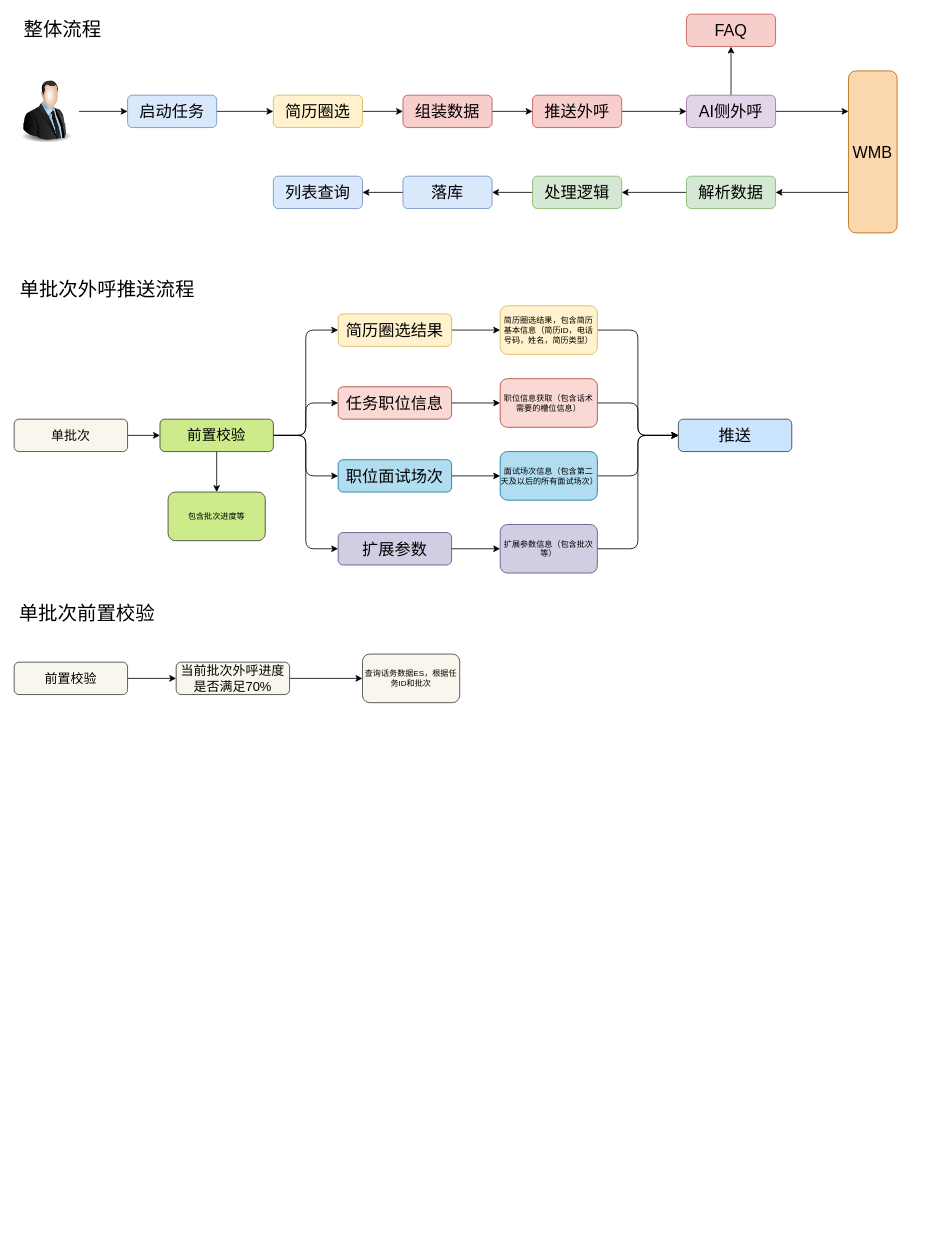
Earlier version of the draw.io diagram AI智能外呼.drawio (LuOyEbY/draw-b). Source tidied: cells renumbered, new cells numbered last; positions are measured from the earlier drawing's top-left corner, leaving out a move shared by most shapes. Both pictures are drawn from the tidied source at 81%, with x=0, y=0 at pixel (14, 14).
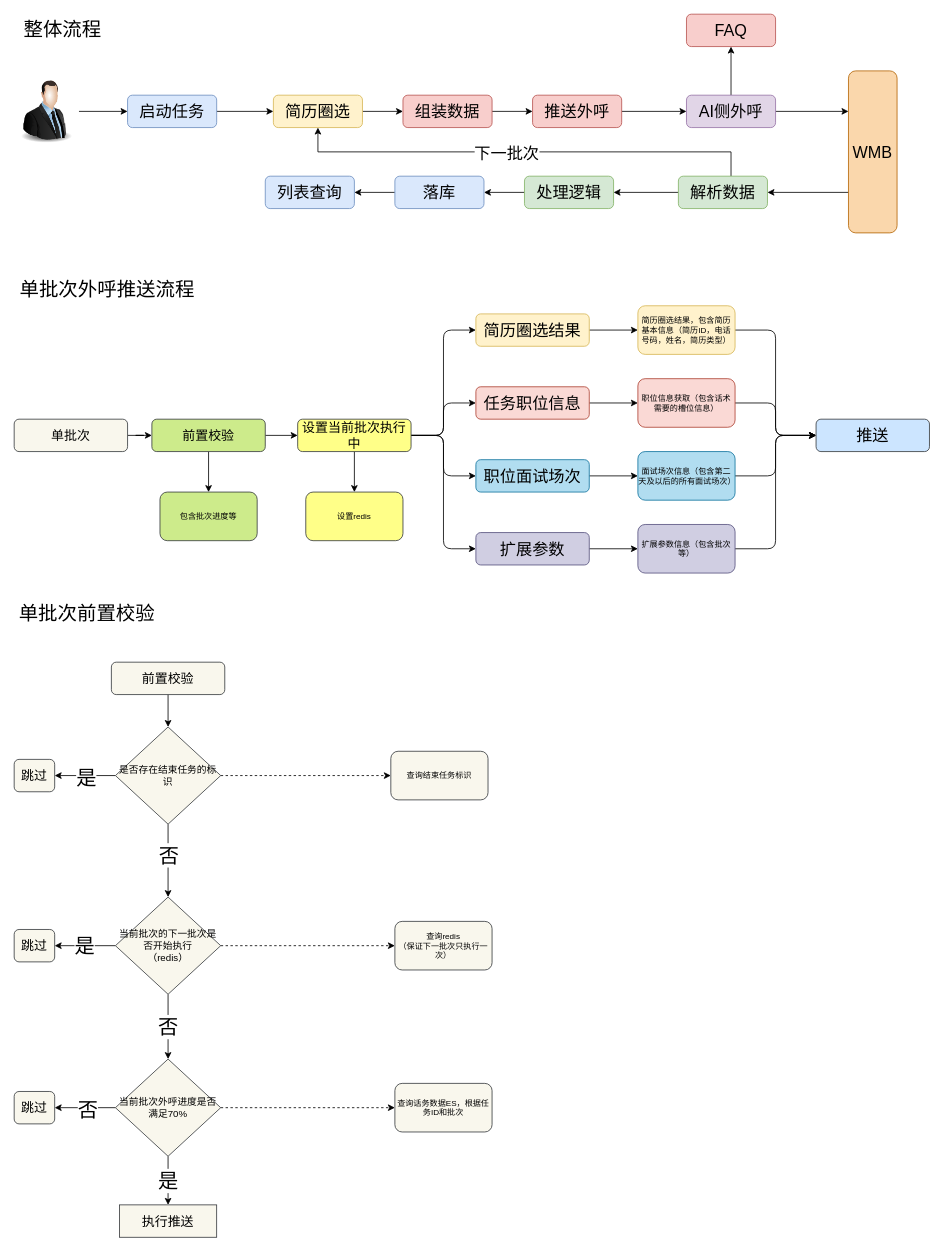
The same diagram, later.

Commit message (it also covers changes not shown here):
更新AI智能外呼.drawio

Unchanged cells that the change refers to:
```xml
<mxCell id="8" value="简历圈选" style="whiteSpace=wrap;html=1;verticalAlign=middle;labelBackgroundColor=none;fontSize=20;fillColor=#fff2cc;strokeColor=#d6b656;rounded=1;" parent="1" vertex="1">
  <mxGeometry x="320" y="100" width="110" height="40" as="geometry" />
</mxCell>
<mxCell id="51" value="单批次" style="whiteSpace=wrap;html=1;verticalAlign=middle;labelBackgroundColor=none;fontSize=16;fillColor=#f9f7ed;strokeColor=#36393d;rounded=1;" parent="1" vertex="1">
  <mxGeometry y="500" width="140" height="40" as="geometry" />
</mxCell>
```

The edit, as a diff of the source:
```diff
@@
+    <mxCell id="59" style="edgeStyle=orthogonalEdgeStyle;rounded=0;jettySize=auto;html=1;entryX=0.5;entryY=1;entryDx=0;entryDy=0;" parent="1" edge="1" source="16" target="8">
+      <mxGeometry relative="1" as="geometry">
+        <Array as="points">
+          <mxPoint x="885" y="170" />
+          <mxPoint x="375" y="170" />
+        </Array>
+      </mxGeometry>
+    </mxCell>
+    <mxCell id="60" value="下一批次" style="edgeLabel;html=1;align=center;verticalAlign=middle;fontSize=20;" parent="59" vertex="1">
+      <mxGeometry x="0.08" relative="1" as="geometry" />
+    </mxCell>
     <mxCell id="16" value="解析数据" style="whiteSpace=wrap;html=1;verticalAlign=middle;labelBackgroundColor=none;fontSize=20;fillColor=#d5e8d4;strokeColor=#82b366;rounded=1;" parent="1" vertex="1">
-      <mxGeometry x="830" y="200" width="110" height="40" as="geometry" />
+      <mxGeometry x="820" y="200" width="110" height="40" as="geometry" />
     </mxCell>
@@
     <mxCell id="18" value="处理逻辑" style="whiteSpace=wrap;html=1;verticalAlign=middle;labelBackgroundColor=none;fontSize=20;fillColor=#d5e8d4;strokeColor=#82b366;rounded=1;" parent="1" vertex="1">
-      <mxGeometry x="640" y="200" width="110" height="40" as="geometry" />
+      <mxGeometry x="630" y="200" width="110" height="40" as="geometry" />
     </mxCell>
@@
     <mxCell id="20" value="落库" style="whiteSpace=wrap;html=1;verticalAlign=middle;labelBackgroundColor=none;fontSize=20;fillColor=#dae8fc;strokeColor=#6c8ebf;rounded=1;" parent="1" vertex="1">
-      <mxGeometry x="480" y="200" width="110" height="40" as="geometry" />
+      <mxGeometry x="470" y="200" width="110" height="40" as="geometry" />
     </mxCell>
@@
     <mxCell id="25" value="列表查询" style="whiteSpace=wrap;html=1;verticalAlign=middle;labelBackgroundColor=none;fontSize=20;fillColor=#dae8fc;strokeColor=#6c8ebf;rounded=1;" parent="1" vertex="1">
-      <mxGeometry x="320" y="200" width="110" height="40" as="geometry" />
+      <mxGeometry x="310" y="200" width="110" height="40" as="geometry" />
     </mxCell>
@@
     <mxCell id="28" value="简历圈选结果" style="whiteSpace=wrap;html=1;verticalAlign=middle;labelBackgroundColor=none;fontSize=20;fillColor=#fff2cc;strokeColor=#d6b656;rounded=1;" parent="1" vertex="1">
-      <mxGeometry x="400" y="370" width="140" height="40" as="geometry" />
+      <mxGeometry x="570" y="370" width="140" height="40" as="geometry" />
     </mxCell>
@@
     <mxCell id="30" value="任务职位信息" style="whiteSpace=wrap;html=1;verticalAlign=middle;labelBackgroundColor=none;fontSize=20;fillColor=#fad9d5;strokeColor=#ae4132;rounded=1;" parent="1" vertex="1">
-      <mxGeometry x="400" y="460" width="140" height="40" as="geometry" />
+      <mxGeometry x="570" y="460" width="140" height="40" as="geometry" />
     </mxCell>
@@
     <mxCell id="32" value="职位面试场次" style="whiteSpace=wrap;html=1;verticalAlign=middle;labelBackgroundColor=none;fontSize=20;fillColor=#b1ddf0;strokeColor=#10739e;rounded=1;" parent="1" vertex="1">
-      <mxGeometry x="400" y="550" width="140" height="40" as="geometry" />
+      <mxGeometry x="570" y="550" width="140" height="40" as="geometry" />
     </mxCell>
@@
     <mxCell id="34" value="简历圈选结果，包含简历基本信息（简历ID，电话号码，姓名，简历类型）" style="rounded=1;whiteSpace=wrap;html=1;fontSize=10;fillColor=#fff2cc;strokeColor=#d6b656;labelBackgroundColor=none;" parent="1" vertex="1">
-      <mxGeometry x="600" y="360" width="120" height="60" as="geometry" />
+      <mxGeometry x="770" y="360" width="120" height="60" as="geometry" />
     </mxCell>
@@
     <mxCell id="36" value="职位信息获取（包含话术需要的槽位信息）" style="rounded=1;whiteSpace=wrap;html=1;fontSize=10;fillColor=#fad9d5;strokeColor=#ae4132;labelBackgroundColor=none;" parent="1" vertex="1">
-      <mxGeometry x="600" y="450" width="120" height="60" as="geometry" />
+      <mxGeometry x="770" y="450" width="120" height="60" as="geometry" />
     </mxCell>
@@
     <mxCell id="38" value="面试场次信息（包含第二天及以后的所有面试场次）" style="rounded=1;whiteSpace=wrap;html=1;fontSize=10;fillColor=#b1ddf0;strokeColor=#10739e;labelBackgroundColor=none;" parent="1" vertex="1">
-      <mxGeometry x="600" y="540" width="120" height="60" as="geometry" />
+      <mxGeometry x="770" y="540" width="120" height="60" as="geometry" />
     </mxCell>
@@
-    <mxCell id="43" style="edgeStyle=orthogonalEdgeStyle;rounded=1;jettySize=auto;html=1;" parent="1" edge="1" source="44" target="53">
-      <mxGeometry relative="1" as="geometry" />
-    </mxCell>
+    <mxCell id="61" style="edgeStyle=orthogonalEdgeStyle;rounded=0;jettySize=auto;html=1;" parent="1" edge="1" source="44" target="78">
+      <mxGeometry relative="1" as="geometry" />
+    </mxCell>
-    <mxCell id="44" value="前置校验" style="whiteSpace=wrap;html=1;verticalAlign=middle;labelBackgroundColor=none;fontSize=18;fillColor=#cdeb8b;strokeColor=#36393d;rounded=1;" parent="1" vertex="1">
-      <mxGeometry x="180" y="500" width="140" height="40" as="geometry" />
+    <mxCell id="44" value="设置当前批次执行中" style="whiteSpace=wrap;html=1;verticalAlign=middle;labelBackgroundColor=none;fontSize=16;fillColor=#ffff88;strokeColor=#36393d;rounded=1;" parent="1" vertex="1">
+      <mxGeometry x="350" y="500" width="140" height="40" as="geometry" />
     </mxCell>
     <mxCell id="45" value="推送" style="whiteSpace=wrap;html=1;verticalAlign=middle;labelBackgroundColor=none;fontSize=20;fillColor=#cce5ff;strokeColor=#36393d;rounded=1;" parent="1" vertex="1">
-      <mxGeometry x="820" y="500" width="140" height="40" as="geometry" />
+      <mxGeometry x="990" y="500" width="140" height="40" as="geometry" />
     </mxCell>
@@
     <mxCell id="47" value="扩展参数" style="whiteSpace=wrap;html=1;verticalAlign=middle;labelBackgroundColor=none;fontSize=20;fillColor=#d0cee2;strokeColor=#56517e;rounded=1;" parent="1" vertex="1">
-      <mxGeometry x="400" y="640" width="140" height="40" as="geometry" />
+      <mxGeometry x="570" y="640" width="140" height="40" as="geometry" />
     </mxCell>
@@
     <mxCell id="49" value="扩展参数信息（包含批次等）" style="rounded=1;whiteSpace=wrap;html=1;fontSize=10;fillColor=#d0cee2;strokeColor=#56517e;labelBackgroundColor=none;" parent="1" vertex="1">
-      <mxGeometry x="600" y="630" width="120" height="60" as="geometry" />
+      <mxGeometry x="770" y="630" width="120" height="60" as="geometry" />
     </mxCell>
-    <mxCell id="50" style="edgeStyle=orthogonalEdgeStyle;rounded=1;jettySize=auto;html=1;entryX=0;entryY=0.5;entryDx=0;entryDy=0;" parent="1" edge="1" source="51" target="44">
-      <mxGeometry relative="1" as="geometry" />
-    </mxCell>
+    <mxCell id="62" style="edgeStyle=orthogonalEdgeStyle;rounded=0;jettySize=auto;html=1;" parent="1" edge="1" source="51" target="77">
+      <mxGeometry relative="1" as="geometry" />
+    </mxCell>
@@
     <mxCell id="53" value="包含批次进度等" style="rounded=1;whiteSpace=wrap;html=1;fontSize=10;fillColor=#cdeb8b;strokeColor=#36393d;labelBackgroundColor=none;" parent="1" vertex="1">
-      <mxGeometry x="190" y="590" width="120" height="60" as="geometry" />
+      <mxGeometry x="180" y="590" width="120" height="60" as="geometry" />
     </mxCell>
-    <mxCell id="54" style="edgeStyle=orthogonalEdgeStyle;rounded=1;jettySize=auto;html=1;" parent="1" edge="1" source="55" target="57">
-      <mxGeometry relative="1" as="geometry" />
-    </mxCell>
+    <mxCell id="63" style="edgeStyle=orthogonalEdgeStyle;rounded=0;jettySize=auto;html=1;" parent="1" edge="1" source="55" target="84">
+      <mxGeometry relative="1" as="geometry" />
+    </mxCell>
     <mxCell id="55" value="前置校验" style="whiteSpace=wrap;html=1;verticalAlign=middle;labelBackgroundColor=none;fontSize=16;fillColor=#f9f7ed;strokeColor=#36393d;rounded=1;" parent="1" vertex="1">
-      <mxGeometry y="800" width="140" height="40" as="geometry" />
+      <mxGeometry x="120" y="800" width="140" height="40" as="geometry" />
     </mxCell>
+    <mxCell id="58" value="查询话务数据ES，根据任务ID和批次" style="whiteSpace=wrap;html=1;fontSize=10;fillColor=#f9f7ed;strokeColor=#36393d;labelBackgroundColor=none;rounded=1;hachureGap=4;fontFamily=Helvetica;" parent="1" vertex="1">
+      <mxGeometry x="470" y="1320" width="120" height="60" as="geometry" />
+    </mxCell>
+    <mxCell id="64" value="是" style="edgeStyle=orthogonalEdgeStyle;rounded=0;jettySize=auto;html=1;entryX=1;entryY=0.5;entryDx=0;entryDy=0;fontSize=25;" parent="1" edge="1" source="67" target="68">
+      <mxGeometry relative="1" as="geometry" />
+    </mxCell>
+    <mxCell id="65" value="否" style="edgeStyle=orthogonalEdgeStyle;rounded=0;jettySize=auto;html=1;fontSize=25;" parent="1" edge="1" source="67" target="57">
+      <mxGeometry relative="1" as="geometry" />
+    </mxCell>
+    <mxCell id="66" style="edgeStyle=orthogonalEdgeStyle;rounded=0;jettySize=auto;html=1;entryX=0;entryY=0.5;entryDx=0;entryDy=0;dashed=1;" parent="1" edge="1" source="67" target="74">
+      <mxGeometry relative="1" as="geometry" />
+    </mxCell>
+    <mxCell id="67" value="当前批次的下一批次是否开始执行&lt;br&gt;（redis）" style="rhombus;whiteSpace=wrap;html=1;fillColor=#f9f7ed;strokeColor=#36393d;align=center;verticalAlign=middle;" parent="1" vertex="1">
+      <mxGeometry x="125" y="1090" width="130" height="120" as="geometry" />
+    </mxCell>
+    <mxCell id="68" value="跳过" style="whiteSpace=wrap;html=1;verticalAlign=middle;labelBackgroundColor=none;fontSize=16;fillColor=#f9f7ed;strokeColor=#36393d;rounded=1;" parent="1" vertex="1">
+      <mxGeometry y="1130" width="50" height="40" as="geometry" />
+    </mxCell>
+    <mxCell id="69" style="edgeStyle=orthogonalEdgeStyle;rounded=0;jettySize=auto;html=1;fontSize=25;" parent="1" edge="1" source="57" target="72">
+      <mxGeometry relative="1" as="geometry" />
+    </mxCell>
+    <mxCell id="70" value="&lt;font style=&quot;font-size: 25px;&quot;&gt;否&lt;/font&gt;" style="edgeLabel;html=1;align=center;verticalAlign=middle;" parent="69" vertex="1">
+      <mxGeometry x="-0.08" y="1" relative="1" as="geometry" />
+    </mxCell>
+    <mxCell id="71" value="是" style="edgeStyle=orthogonalEdgeStyle;rounded=0;jettySize=auto;html=1;fontSize=25;" parent="1" edge="1" source="57" target="73">
+      <mxGeometry relative="1" as="geometry" />
+    </mxCell>
-    <mxCell id="56" style="edgeStyle=orthogonalEdgeStyle;rounded=1;hachureGap=4;jettySize=auto;html=1;fontFamily=Architects Daughter;fontSize=16;" parent="1" edge="1" source="57" target="58">
+    <mxCell id="56" style="edgeStyle=orthogonalEdgeStyle;rounded=0;jettySize=auto;html=1;entryX=0;entryY=0.5;entryDx=0;entryDy=0;dashed=1;" parent="1" edge="1" source="57" target="58">
       <mxGeometry relative="1" as="geometry" />
     </mxCell>
-    <mxCell id="57" value="当前批次外呼进度是否满足70%" style="whiteSpace=wrap;html=1;verticalAlign=middle;labelBackgroundColor=none;fontSize=16;fillColor=#f9f7ed;strokeColor=#36393d;rounded=1;" parent="1" vertex="1">
-      <mxGeometry x="200" y="800" width="140" height="40" as="geometry" />
+    <mxCell id="57" value="当前批次外呼进度是否满足70%" style="rhombus;whiteSpace=wrap;html=1;fillColor=#f9f7ed;strokeColor=#36393d;align=center;verticalAlign=middle;" parent="1" vertex="1">
+      <mxGeometry x="125" y="1290" width="130" height="120" as="geometry" />
     </mxCell>
-    <mxCell id="58" value="查询话务数据ES，根据任务ID和批次" style="whiteSpace=wrap;html=1;fontSize=10;fillColor=#f9f7ed;strokeColor=#36393d;labelBackgroundColor=none;rounded=1;hachureGap=4;fontFamily=Helvetica;" parent="1" vertex="1">
-      <mxGeometry x="430" y="790" width="120" height="60" as="geometry" />
-    </mxCell>
+    <mxCell id="72" value="跳过" style="rounded=1;whiteSpace=wrap;html=1;fillColor=#f9f7ed;strokeColor=#36393d;fontSize=16;" parent="1" vertex="1">
+      <mxGeometry y="1330" width="50" height="40" as="geometry" />
+    </mxCell>
+    <mxCell id="73" value="执行推送" style="whiteSpace=wrap;html=1;fillColor=#f9f7ed;strokeColor=#36393d;fontSize=16;" parent="1" vertex="1">
+      <mxGeometry x="130" y="1470" width="120" height="40" as="geometry" />
+    </mxCell>
+    <mxCell id="74" value="查询redis&lt;br&gt;（保证下一批次只执行一次）" style="whiteSpace=wrap;html=1;fontSize=10;fillColor=#f9f7ed;strokeColor=#36393d;labelBackgroundColor=none;rounded=1;hachureGap=4;fontFamily=Helvetica;" parent="1" vertex="1">
+      <mxGeometry x="470" y="1120" width="120" height="60" as="geometry" />
+    </mxCell>
+    <mxCell id="75" style="edgeStyle=orthogonalEdgeStyle;rounded=0;jettySize=auto;html=1;entryX=0;entryY=0.5;entryDx=0;entryDy=0;" parent="1" edge="1" source="77" target="44">
+      <mxGeometry relative="1" as="geometry" />
+    </mxCell>
+    <mxCell id="76" style="edgeStyle=orthogonalEdgeStyle;rounded=0;jettySize=auto;html=1;entryX=0.5;entryY=0;entryDx=0;entryDy=0;" parent="1" edge="1" source="77" target="53">
+      <mxGeometry relative="1" as="geometry" />
+    </mxCell>
+    <mxCell id="77" value="前置校验" style="whiteSpace=wrap;html=1;verticalAlign=middle;labelBackgroundColor=none;fontSize=16;fillColor=#cdeb8b;strokeColor=#36393d;rounded=1;" parent="1" vertex="1">
+      <mxGeometry x="170" y="500" width="140" height="40" as="geometry" />
+    </mxCell>
+    <mxCell id="78" value="设置redis" style="whiteSpace=wrap;html=1;fontSize=10;fillColor=#ffff88;strokeColor=#36393d;labelBackgroundColor=none;rounded=1;" parent="1" vertex="1">
+      <mxGeometry x="360" y="590" width="120" height="60" as="geometry" />
+    </mxCell>
+    <mxCell id="79" style="edgeStyle=orthogonalEdgeStyle;rounded=0;jettySize=auto;html=1;entryX=0.5;entryY=0;entryDx=0;entryDy=0;" parent="1" edge="1" source="84" target="67">
+      <mxGeometry relative="1" as="geometry" />
+    </mxCell>
+    <mxCell id="80" value="否" style="edgeLabel;html=1;align=center;verticalAlign=middle;fontSize=25;" parent="79" vertex="1">
+      <mxGeometry x="-0.18" relative="1" as="geometry" />
+    </mxCell>
+    <mxCell id="81" style="edgeStyle=orthogonalEdgeStyle;rounded=0;jettySize=auto;html=1;" parent="1" edge="1" source="84" target="85">
+      <mxGeometry relative="1" as="geometry" />
+    </mxCell>
+    <mxCell id="82" value="是" style="edgeLabel;html=1;align=center;verticalAlign=middle;fontSize=25;" parent="81" vertex="1">
+      <mxGeometry x="-0.01" y="1" relative="1" as="geometry" />
+    </mxCell>
+    <mxCell id="83" style="edgeStyle=orthogonalEdgeStyle;rounded=0;jettySize=auto;html=1;entryX=0;entryY=0.5;entryDx=0;entryDy=0;dashed=1;" parent="1" edge="1" source="84" target="86">
+      <mxGeometry relative="1" as="geometry" />
+    </mxCell>
+    <mxCell id="84" value="是否存在结束任务的标识" style="rhombus;whiteSpace=wrap;html=1;fillColor=#f9f7ed;strokeColor=#36393d;align=center;verticalAlign=middle;" parent="1" vertex="1">
+      <mxGeometry x="125" y="880" width="130" height="120" as="geometry" />
+    </mxCell>
+    <mxCell id="85" value="跳过" style="whiteSpace=wrap;html=1;verticalAlign=middle;labelBackgroundColor=none;fontSize=16;fillColor=#f9f7ed;strokeColor=#36393d;rounded=1;" parent="1" vertex="1">
+      <mxGeometry y="920" width="50" height="40" as="geometry" />
+    </mxCell>
+    <mxCell id="86" value="查询结束任务标识" style="whiteSpace=wrap;html=1;fontSize=10;fillColor=#f9f7ed;strokeColor=#36393d;labelBackgroundColor=none;rounded=1;hachureGap=4;fontFamily=Helvetica;" parent="1" vertex="1">
+      <mxGeometry x="465" y="910" width="120" height="60" as="geometry" />
+    </mxCell>
```
